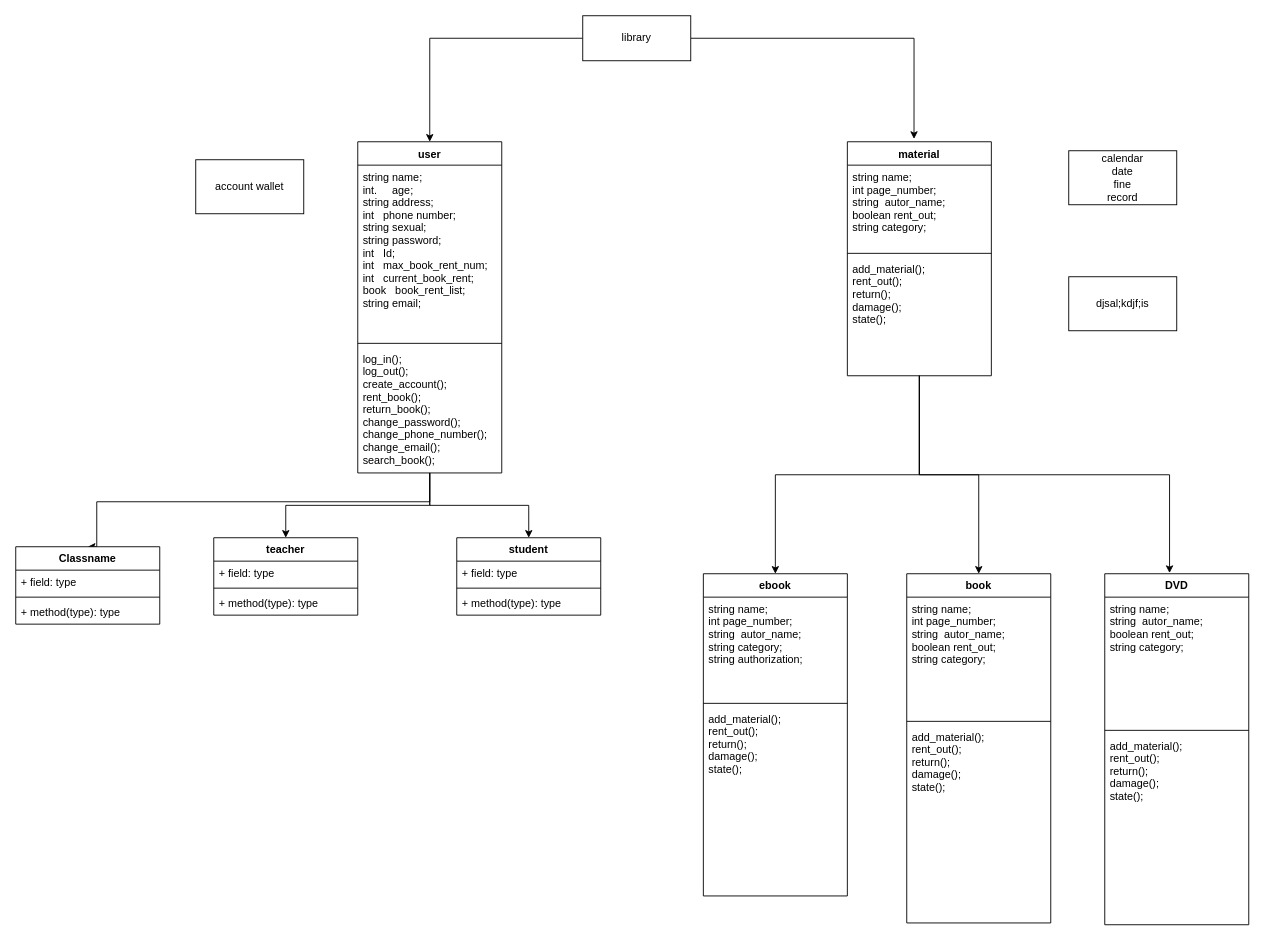
s2-oop-project/oop keeps this draw.io diagram as project class diagram.drawio. Above is the earlier version. Source tidied: cells renumbered, new cells numbered last; positions are measured from the earlier drawing's top-left corner, leaving out a move shared by most shapes. Both pictures are drawn from the tidied source at 90%, with x=0, y=0 at pixel (15, 15).
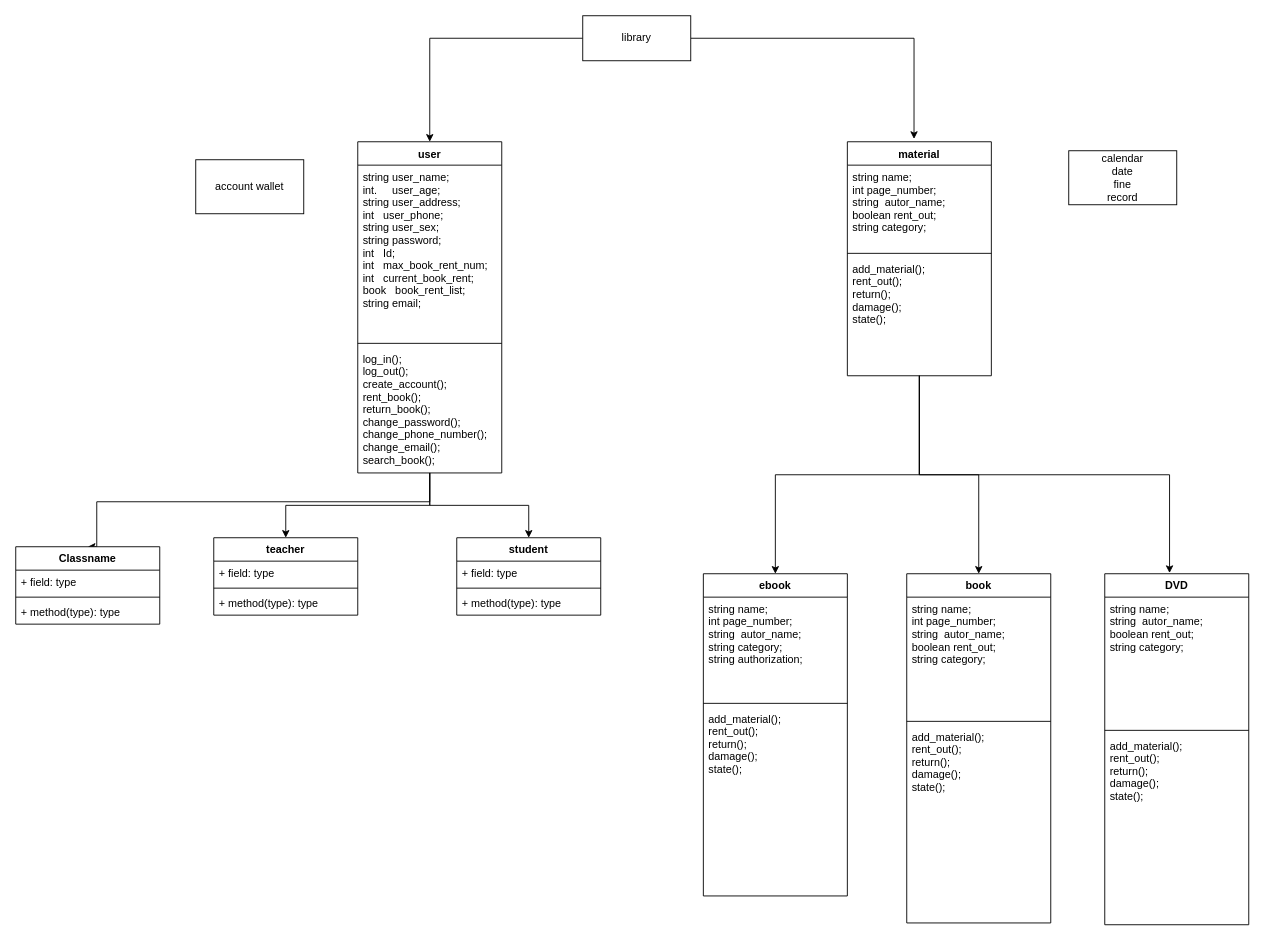
The same diagram, later.

The change refers to these unchanged cells:
```xml
<mxCell id="10" value="user" style="swimlane;fontStyle=1;align=center;verticalAlign=top;horizontal=1;startSize=26;" parent="1" vertex="1">
  <mxGeometry x="380" y="140" width="160" height="368" as="geometry" />
</mxCell>
```

Diff of the diagram source:
```diff
@@
-    <mxCell id="11" value="string name;&#10;int.     age;&#10;string address;&#10;int   phone number;&#10;string sexual;&#10;string password;&#10;int   Id;&#10;int   max_book_rent_num;&#10;int   current_book_rent;&#10;book   book_rent_list;&#10;string email;&#10;&#10;" style="text;strokeColor=none;fillColor=none;align=left;verticalAlign=top;spacingLeft=4;spacingRight=4;overflow=hidden;" parent="10" vertex="1">
+    <mxCell id="11" value="string user_name;&#10;int.     user_age;&#10;string user_address;&#10;int   user_phone;&#10;string user_sex;&#10;string password;&#10;int   Id;&#10;int   max_book_rent_num;&#10;int   current_book_rent;&#10;book   book_rent_list;&#10;string email;&#10;&#10;" style="text;strokeColor=none;fillColor=none;align=left;verticalAlign=top;spacingLeft=4;spacingRight=4;overflow=hidden;" parent="10" vertex="1">
       <mxGeometry y="26" width="160" height="194" as="geometry" />
     </mxCell>
@@
-    <mxCell id="45" value="djsal;kdjf;is" style="rounded=0;whiteSpace=wrap;html=1;" parent="1" vertex="1">
-      <mxGeometry x="1170" y="290" width="120" height="60" as="geometry" />
-    </mxCell>
```
